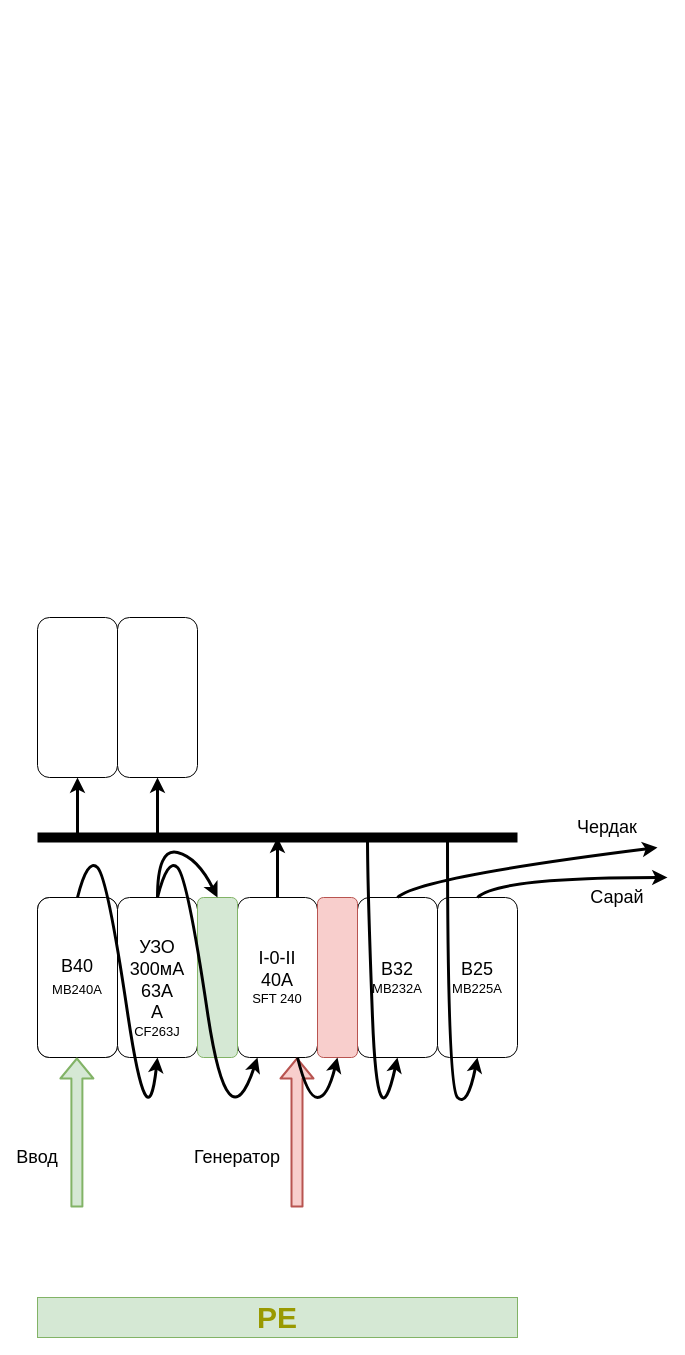
This is page "Версия 1" (2 of 2) of shit.drawio from Tur-4000/electro22, a draw.io file, before an edit. Source tidied: cells renumbered, new cells numbered last; positions are measured from the earlier drawing's top-left corner, leaving out a move shared by most shapes. Both pictures are drawn from the tidied source at 100%, with x=0, y=0 at pixel (17, 617).
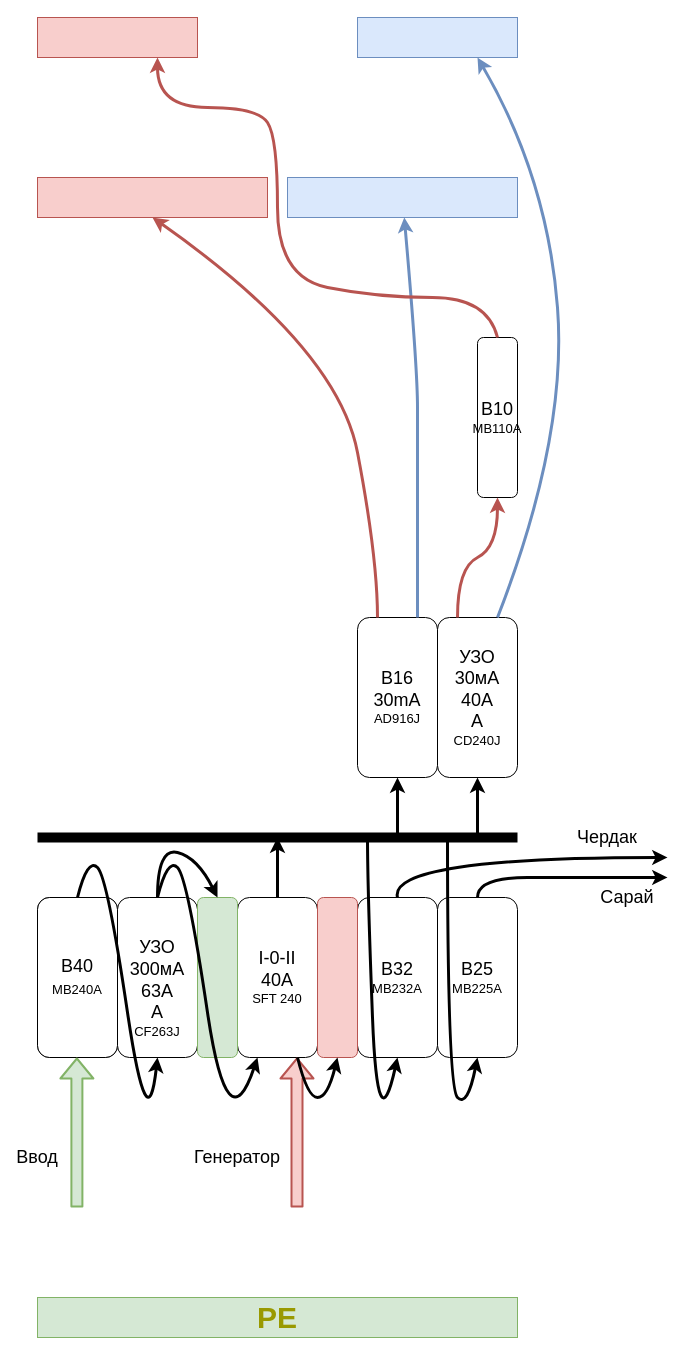
The same diagram, later.

The change refers to these unchanged cells:
```xml
<mxCell id="4" value="&lt;div style=&quot;font-size: 18px&quot;&gt;&lt;span style=&quot;color: rgb(0 , 0 , 0) ; font-weight: normal ; text-decoration: none ; font-family: &amp;#34;arial&amp;#34; ; font-style: normal&quot;&gt;&lt;font style=&quot;font-size: 18px&quot;&gt;B32&lt;/font&gt;&lt;br&gt;&lt;/span&gt;&lt;/div&gt;&lt;div&gt;&lt;span style=&quot;font-size: 13px ; color: #000000 ; font-weight: normal ; text-decoration: none ; font-family: &amp;#34;arial&amp;#34; ; font-style: normal&quot;&gt; MB232A&lt;/span&gt;&lt;/div&gt;" style="rounded=1;whiteSpace=wrap;html=1;" parent="1" vertex="1">
  <mxGeometry x="340" y="280" width="80" height="160" as="geometry" />
</mxCell>
<mxCell id="9" value="&lt;div style=&quot;font-size: 18px&quot;&gt;&lt;span style=&quot;color: rgb(0 , 0 , 0) ; font-weight: normal ; text-decoration: none ; font-family: &amp;#34;arial&amp;#34; ; font-style: normal&quot;&gt;&lt;font style=&quot;font-size: 18px&quot;&gt;B25&lt;/font&gt;&lt;br&gt;&lt;/span&gt;&lt;/div&gt;&lt;div&gt;&lt;span style=&quot;font-size: 13px ; color: #000000 ; font-weight: normal ; text-decoration: none ; font-family: &amp;#34;arial&amp;#34; ; font-style: normal&quot;&gt;MB225A&lt;/span&gt;&lt;/div&gt;" style="rounded=1;whiteSpace=wrap;html=1;" parent="1" vertex="1">
  <mxGeometry x="420" y="280" width="80" height="160" as="geometry" />
</mxCell>
```

The edit, as a diff of the source:
```diff
@@
-    <mxCell id="5" style="rounded=1;whiteSpace=wrap;html=1;" parent="1" vertex="1">
-      <mxGeometry x="100" width="80" height="160" as="geometry" />
+    <mxCell id="5" value="&lt;div style=&quot;font-size: 18px&quot;&gt;&lt;font style=&quot;font-size: 18px&quot;&gt;&lt;span style=&quot;color: rgb(0 , 0 , 0) ; font-weight: normal ; text-decoration: none ; font-family: &amp;#34;arial&amp;#34; ; font-style: normal&quot;&gt;УЗО&lt;/span&gt;&lt;/font&gt;&lt;/div&gt;&lt;div style=&quot;font-size: 18px&quot;&gt;&lt;font style=&quot;font-size: 18px&quot;&gt;&lt;span style=&quot;color: rgb(0 , 0 , 0) ; font-weight: normal ; text-decoration: none ; font-family: &amp;#34;arial&amp;#34; ; font-style: normal&quot;&gt;30мА&lt;/span&gt;&lt;/font&gt;&lt;/div&gt;&lt;div style=&quot;font-size: 18px&quot;&gt;&lt;font style=&quot;font-size: 18px&quot;&gt;&lt;span style=&quot;color: rgb(0 , 0 , 0) ; font-weight: normal ; text-decoration: none ; font-family: &amp;#34;arial&amp;#34; ; font-style: normal&quot;&gt;40А&lt;/span&gt;&lt;/font&gt;&lt;/div&gt;&lt;div style=&quot;font-size: 18px&quot;&gt;&lt;span style=&quot;color: rgb(0 , 0 , 0) ; font-weight: normal ; text-decoration: none ; font-family: &amp;#34;arial&amp;#34; ; font-style: normal&quot;&gt;&lt;font style=&quot;font-size: 18px&quot;&gt;А&lt;/font&gt;&lt;br&gt;&lt;/span&gt;&lt;/div&gt;&lt;div&gt;&lt;span style=&quot;font-size: 13px ; color: #000000 ; font-weight: normal ; text-decoration: none ; font-family: &amp;#34;arial&amp;#34; ; font-style: normal&quot;&gt;CD240J&lt;/span&gt;&lt;/div&gt;" style="rounded=1;whiteSpace=wrap;html=1;" parent="1" vertex="1">
+      <mxGeometry x="420" width="80" height="160" as="geometry" />
     </mxCell>
@@
-    <mxCell id="7" style="rounded=1;whiteSpace=wrap;html=1;" parent="1" vertex="1">
-      <mxGeometry x="20" width="80" height="160" as="geometry" />
+    <mxCell id="7" value="&lt;div style=&quot;font-size: 18px&quot;&gt;&lt;font style=&quot;font-size: 18px&quot;&gt;&lt;span style=&quot;color: rgb(0 , 0 , 0) ; font-weight: normal ; text-decoration: none ; font-family: &amp;#34;arial&amp;#34; ; font-style: normal&quot;&gt;B16&lt;/span&gt;&lt;/font&gt;&lt;/div&gt;&lt;div style=&quot;font-size: 18px&quot;&gt;&lt;span style=&quot;color: rgb(0 , 0 , 0) ; font-weight: normal ; text-decoration: none ; font-family: &amp;#34;arial&amp;#34; ; font-style: normal&quot;&gt;&lt;font style=&quot;font-size: 18px&quot;&gt;30mA&lt;/font&gt;&lt;br&gt;&lt;/span&gt;&lt;/div&gt;&lt;div&gt;&lt;span style=&quot;font-size: 13px ; color: #000000 ; font-weight: normal ; text-decoration: none ; font-family: &amp;#34;arial&amp;#34; ; font-style: normal&quot;&gt;AD916J&lt;/span&gt;&lt;/div&gt;" style="rounded=1;whiteSpace=wrap;html=1;" parent="1" vertex="1">
+      <mxGeometry x="340" width="80" height="160" as="geometry" />
     </mxCell>
@@
     <mxCell id="22" style="endArrow=classic;html=1;strokeWidth=3;entryX=0.5;entryY=1;entryDx=0;entryDy=0;" parent="1" edge="1" target="7">
       <mxGeometry relative="1" as="geometry">
-        <mxPoint x="60" y="220" as="sourcePoint" />
+        <mxPoint x="380" y="220" as="sourcePoint" />
       </mxGeometry>
     </mxCell>
     <mxCell id="23" style="endArrow=classic;html=1;strokeWidth=3;entryX=0.5;entryY=1;entryDx=0;entryDy=0;" parent="1" edge="1">
       <mxGeometry relative="1" as="geometry">
-        <mxPoint x="140" y="220" as="sourcePoint" />
-        <mxPoint x="140" y="160" as="targetPoint" />
+        <mxPoint x="460" y="220" as="sourcePoint" />
+        <mxPoint x="460" y="160" as="targetPoint" />
       </mxGeometry>
     </mxCell>
     <mxCell id="24" style="curved=1;endArrow=classic;html=1;strokeWidth=3;exitX=0.5;exitY=0;exitDx=0;exitDy=0;" parent="1" edge="1" source="9">
       <mxGeometry relative="1" as="geometry">
         <mxPoint x="650" y="260" as="targetPoint" />
         <Array as="points">
-          <mxPoint x="480" y="260" />
+          <mxPoint x="460" y="260" />
+          <mxPoint x="560" y="260" />
+          <mxPoint x="610" y="260" />
         </Array>
       </mxGeometry>
     </mxCell>
-    <mxCell id="25" style="curved=1;endArrow=classic;html=1;strokeWidth=3;exitX=0.5;exitY=0;exitDx=0;exitDy=0;" parent="1" edge="1">
+    <mxCell id="25" style="curved=1;endArrow=classic;html=1;strokeWidth=3;exitX=0.5;exitY=0;exitDx=0;exitDy=0;" parent="1" edge="1" source="4">
       <mxGeometry relative="1" as="geometry">
-        <mxPoint x="380" y="280" as="sourcePoint" />
-        <mxPoint x="640" y="230" as="targetPoint" />
+        <mxPoint x="650" y="240" as="targetPoint" />
         <Array as="points">
-          <mxPoint x="400" y="260" />
+          <mxPoint x="370" y="240" />
         </Array>
       </mxGeometry>
     </mxCell>
@@
     <mxCell id="28" value="&lt;font style=&quot;font-size: 18px&quot;&gt;Сарай&lt;/font&gt;" style="text;html=1;strokeColor=none;fillColor=none;align=center;verticalAlign=middle;whiteSpace=wrap;rounded=0;" parent="1" vertex="1">
-      <mxGeometry x="560" y="270" width="80" height="20" as="geometry" />
+      <mxGeometry x="570" y="270" width="80" height="20" as="geometry" />
     </mxCell>
     <mxCell id="29" value="&lt;font style=&quot;font-size: 18px&quot;&gt;Чердак&lt;/font&gt;" style="text;html=1;strokeColor=none;fillColor=none;align=center;verticalAlign=middle;whiteSpace=wrap;rounded=0;" parent="1" vertex="1">
-      <mxGeometry x="550" y="200" width="80" height="20" as="geometry" />
+      <mxGeometry x="550" y="210" width="80" height="20" as="geometry" />
     </mxCell>
@@
+    <mxCell id="31" value="&lt;div&gt;&lt;span style=&quot;font-size: 13px ; color: #000000 ; font-weight: normal ; text-decoration: none ; font-family: &amp;#34;arial&amp;#34; ; font-style: normal&quot;&gt;&lt;font style=&quot;font-size: 18px&quot;&gt;B10&lt;/font&gt;&lt;br&gt;&lt;/span&gt;&lt;/div&gt;&lt;div&gt;&lt;span style=&quot;font-size: 13px ; color: #000000 ; font-weight: normal ; text-decoration: none ; font-family: &amp;#34;arial&amp;#34; ; font-style: normal&quot;&gt;MB110A&lt;/span&gt;&lt;/div&gt;" style="rounded=1;whiteSpace=wrap;html=1;" parent="1" vertex="1">
+      <mxGeometry x="460" y="-280" width="40" height="160" as="geometry" />
+    </mxCell>
+    <mxCell id="32" style="curved=1;endArrow=classic;html=1;strokeWidth=3;fillColor=#f8cecc;strokeColor=#b85450;exitX=0.25;exitY=0;exitDx=0;exitDy=0;entryX=0.5;entryY=1;entryDx=0;entryDy=0;" parent="1" edge="1" source="5" target="31">
+      <mxGeometry relative="1" as="geometry">
+        <Array as="points">
+          <mxPoint x="440" y="-50" />
+          <mxPoint x="480" y="-70" />
+        </Array>
+      </mxGeometry>
+    </mxCell>
+    <mxCell id="33" style="rounded=0;whiteSpace=wrap;html=1;fillColor=#dae8fc;strokeColor=#6c8ebf;" parent="1" vertex="1">
+      <mxGeometry x="270" y="-440" width="230" height="40" as="geometry" />
+    </mxCell>
+    <mxCell id="34" style="rounded=0;whiteSpace=wrap;html=1;fillColor=#f8cecc;strokeColor=#b85450;" parent="1" vertex="1">
+      <mxGeometry x="20" y="-440" width="230" height="40" as="geometry" />
+    </mxCell>
+    <mxCell id="35" style="rounded=0;whiteSpace=wrap;html=1;fillColor=#dae8fc;strokeColor=#6c8ebf;" parent="1" vertex="1">
+      <mxGeometry x="340" y="-600" width="160" height="40" as="geometry" />
+    </mxCell>
+    <mxCell id="36" style="rounded=0;whiteSpace=wrap;html=1;fillColor=#f8cecc;strokeColor=#b85450;" parent="1" vertex="1">
+      <mxGeometry x="20" y="-600" width="160" height="40" as="geometry" />
+    </mxCell>
+    <mxCell id="37" style="curved=1;endArrow=classic;html=1;strokeWidth=3;fillColor=#dae8fc;strokeColor=#6c8ebf;exitX=0.75;exitY=0;exitDx=0;exitDy=0;" parent="1" edge="1" source="7" target="33">
+      <mxGeometry relative="1" as="geometry">
+        <Array as="points">
+          <mxPoint x="400" y="-170" />
+          <mxPoint x="400" y="-250" />
+        </Array>
+      </mxGeometry>
+    </mxCell>
+    <mxCell id="38" style="curved=1;endArrow=classic;html=1;strokeWidth=3;fillColor=#f8cecc;strokeColor=#b85450;exitX=0.75;exitY=0;exitDx=0;exitDy=0;entryX=0.5;entryY=1;entryDx=0;entryDy=0;" parent="1" edge="1" target="34">
+      <mxGeometry relative="1" as="geometry">
+        <mxPoint x="360" as="sourcePoint" />
+        <Array as="points">
+          <mxPoint x="360" y="-60" />
+          <mxPoint x="320" y="-270" />
+        </Array>
+      </mxGeometry>
+    </mxCell>
+    <mxCell id="39" style="curved=1;endArrow=classic;html=1;strokeWidth=3;fillColor=#dae8fc;strokeColor=#6c8ebf;exitX=0.75;exitY=0;exitDx=0;exitDy=0;entryX=0.75;entryY=1;entryDx=0;entryDy=0;" parent="1" edge="1" source="5" target="35">
+      <mxGeometry relative="1" as="geometry">
+        <Array as="points">
+          <mxPoint x="550" y="-180" />
+          <mxPoint x="530" y="-440" />
+        </Array>
+      </mxGeometry>
+    </mxCell>
+    <mxCell id="40" style="curved=1;endArrow=classic;html=1;strokeWidth=3;fillColor=#f8cecc;strokeColor=#b85450;exitX=0.5;exitY=0;exitDx=0;exitDy=0;entryX=0.75;entryY=1;entryDx=0;entryDy=0;" parent="1" edge="1" source="31" target="36">
+      <mxGeometry relative="1" as="geometry">
+        <Array as="points">
+          <mxPoint x="470" y="-320" />
+          <mxPoint x="360" y="-320" />
+          <mxPoint x="260" y="-340" />
+          <mxPoint x="260" y="-480" />
+          <mxPoint x="240" y="-510" />
+          <mxPoint x="140" y="-510" />
+        </Array>
+      </mxGeometry>
+    </mxCell>
```
